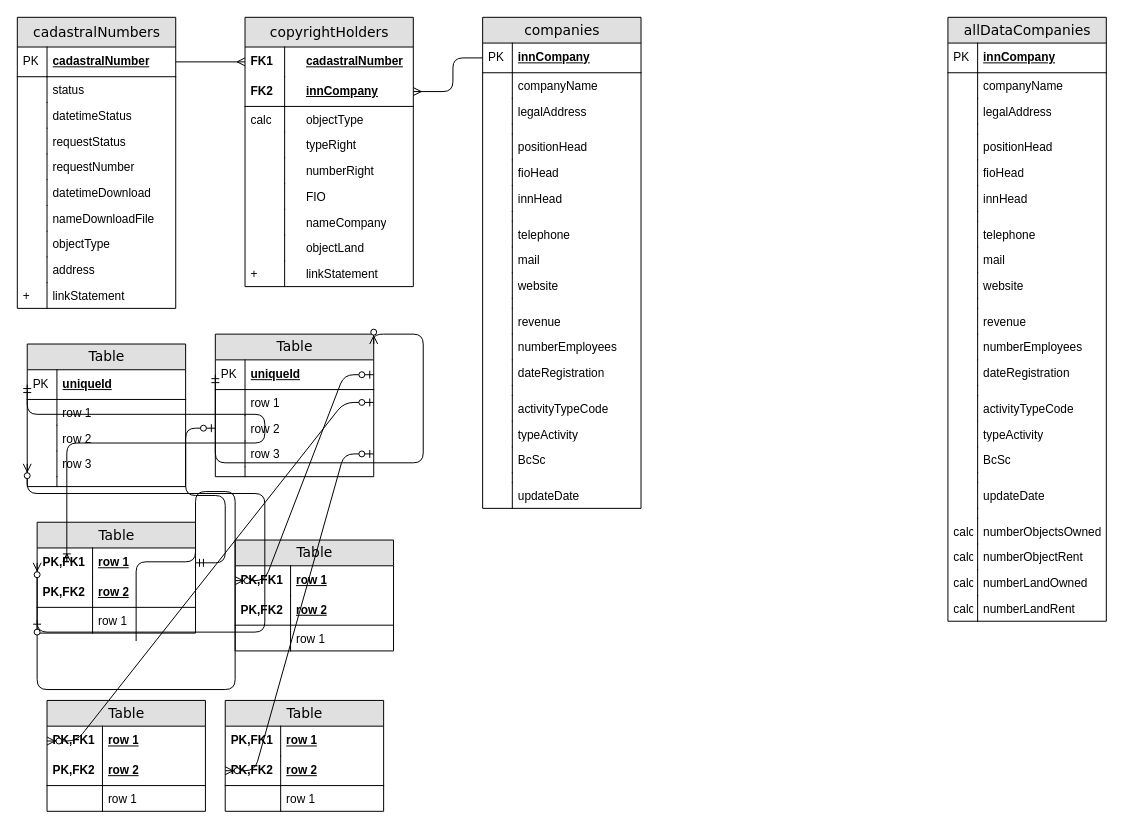
Before: Диаграмма без названия.drawio in meadowse/factorial, a draw.io diagram. Source tidied: cells renumbered, new cells numbered last; positions are measured from the earlier drawing's top-left corner, leaving out a move shared by most shapes. Both pictures are drawn from the tidied source at 99%, with x=0, y=0 at pixel (17, 17).
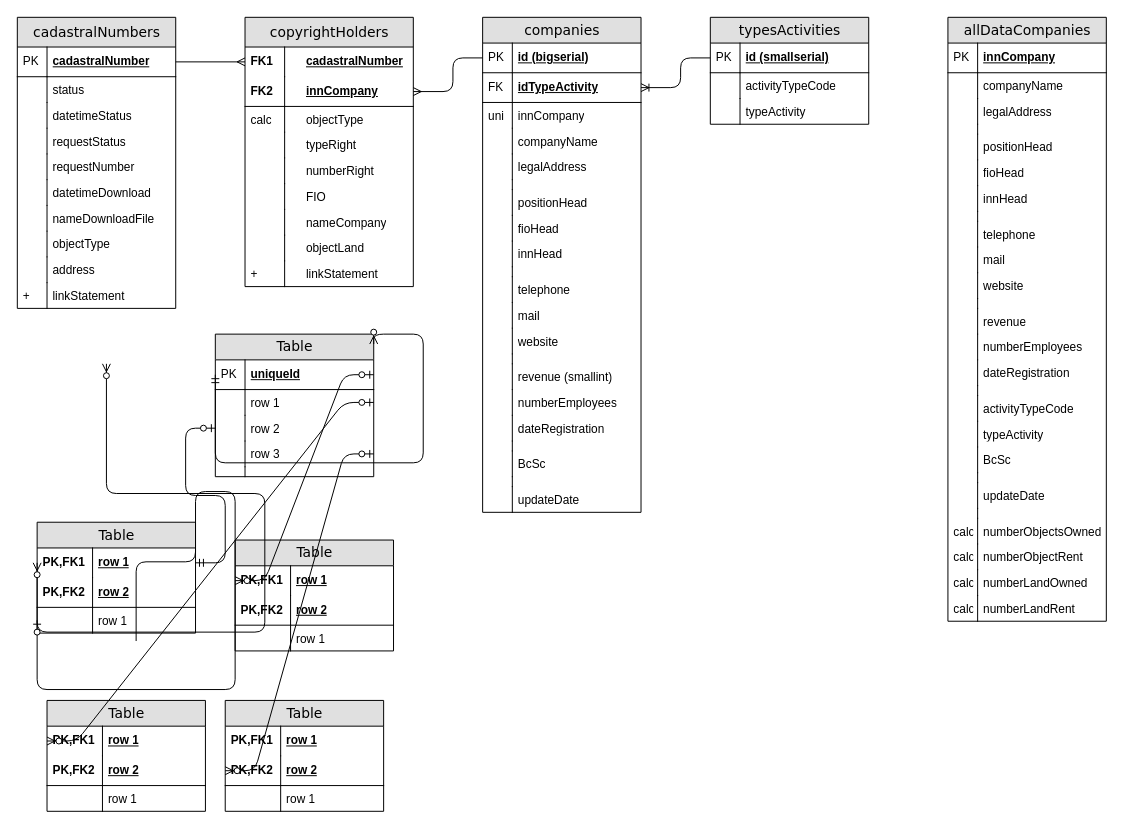
The same diagram, later.

The change refers to these unchanged cells:
```xml
<mxCell id="94" value="row 1" style="shape=partialRectangle;top=0;left=0;right=0;bottom=0;html=1;align=left;verticalAlign=middle;fillColor=none;spacingLeft=60;spacingRight=4;whiteSpace=wrap;overflow=hidden;points=[[0,0.5],[1,0.5]];portConstraint=eastwest;fontStyle=5;" parent="93" vertex="1">
  <mxGeometry y="26" width="160" height="30" as="geometry" />
</mxCell>
```

Diff of the diagram source:
```diff
@@
     <mxCell id="21" value="сompanies" style="swimlane;html=1;fontStyle=0;horizontal=1;startSize=26;fillColor=#e0e0e0;swimlaneFillColor=#ffffff;align=center;rounded=0;shadow=0;comic=0;labelBackgroundColor=none;strokeWidth=1;fontFamily=Verdana;fontSize=14;swimlaneLine=1;" parent="1" vertex="1">
-      <mxGeometry x="470" width="160" height="496" as="geometry" />
+      <mxGeometry x="470" width="160" height="500" as="geometry" />
     </mxCell>
-    <mxCell id="22" value="innCompany" style="shape=partialRectangle;top=0;left=0;right=0;bottom=1;html=1;align=left;verticalAlign=middle;fillColor=none;spacingLeft=34;spacingRight=4;whiteSpace=wrap;overflow=hidden;points=[[0,0.5],[1,0.5]];portConstraint=eastwest;fontStyle=5;" parent="21" vertex="1">
+    <mxCell id="22" value="id (bigserial)" style="shape=partialRectangle;top=0;left=0;right=0;bottom=1;html=1;align=left;verticalAlign=middle;fillColor=none;spacingLeft=34;spacingRight=4;whiteSpace=wrap;overflow=hidden;points=[[0,0.5],[1,0.5]];portConstraint=eastwest;fontStyle=5;" parent="21" vertex="1">
       <mxGeometry y="26" width="160" height="30" as="geometry" />
     </mxCell>
@@
+    <mxCell id="198" value="idTypeActivity" style="shape=partialRectangle;top=0;left=0;right=0;bottom=1;html=1;align=left;verticalAlign=middle;fillColor=none;spacingLeft=34;spacingRight=4;whiteSpace=wrap;overflow=hidden;points=[[0,0.5],[1,0.5]];portConstraint=eastwest;fontStyle=5;" parent="21" vertex="1">
+      <mxGeometry y="56" width="160" height="30" as="geometry" />
+    </mxCell>
+    <mxCell id="199" value="FK" style="shape=partialRectangle;top=0;left=0;bottom=0;html=1;fillColor=none;align=left;verticalAlign=middle;spacingLeft=4;spacingRight=4;whiteSpace=wrap;overflow=hidden;" parent="198" vertex="1">
+      <mxGeometry width="30" height="30" as="geometry" />
+    </mxCell>
+    <mxCell id="200" value="innCompany" style="shape=partialRectangle;top=0;left=0;right=0;bottom=0;html=1;align=left;verticalAlign=top;fillColor=none;spacingLeft=34;spacingRight=4;whiteSpace=wrap;overflow=hidden;fontStyle=0;" parent="21" vertex="1">
+      <mxGeometry y="86" width="160" height="26" as="geometry" />
+    </mxCell>
+    <mxCell id="201" value="uni" style="shape=partialRectangle;top=0;left=0;bottom=0;html=1;fillColor=none;align=left;verticalAlign=top;spacingLeft=4;spacingRight=4;whiteSpace=wrap;overflow=hidden;" parent="200" vertex="1">
+      <mxGeometry width="30" height="26" as="geometry" />
+    </mxCell>
     <mxCell id="24" value="companyName" style="shape=partialRectangle;top=0;left=0;right=0;bottom=0;html=1;align=left;verticalAlign=top;fillColor=none;spacingLeft=34;spacingRight=4;whiteSpace=wrap;overflow=hidden;" parent="21" vertex="1">
-      <mxGeometry y="56" width="160" height="26" as="geometry" />
+      <mxGeometry y="112" width="160" height="26" as="geometry" />
     </mxCell>
@@
     <mxCell id="26" value="legalAddress" style="shape=partialRectangle;top=0;left=0;right=0;bottom=0;html=1;align=left;verticalAlign=top;fillColor=none;spacingLeft=34;spacingRight=4;whiteSpace=wrap;overflow=hidden;" parent="21" vertex="1">
-      <mxGeometry y="82" width="160" height="26" as="geometry" />
+      <mxGeometry y="138" width="160" height="26" as="geometry" />
     </mxCell>
@@
     <mxCell id="28" style="shape=partialRectangle;top=0;left=0;right=0;bottom=0;html=1;align=left;verticalAlign=top;fillColor=none;spacingLeft=34;spacingRight=4;whiteSpace=wrap;overflow=hidden;" parent="21" vertex="1">
-      <mxGeometry y="108" width="160" height="10" as="geometry" />
+      <mxGeometry y="164" width="160" height="10" as="geometry" />
     </mxCell>
@@
     <mxCell id="30" value="positionHead" style="shape=partialRectangle;top=0;left=0;right=0;bottom=0;html=1;align=left;verticalAlign=top;fillColor=none;spacingLeft=34;spacingRight=4;whiteSpace=wrap;overflow=hidden;" parent="21" vertex="1">
-      <mxGeometry y="118" width="160" height="26" as="geometry" />
+      <mxGeometry y="174" width="160" height="26" as="geometry" />
     </mxCell>
@@
     <mxCell id="32" value="fioHead" style="shape=partialRectangle;top=0;left=0;right=0;bottom=0;html=1;align=left;verticalAlign=top;fillColor=none;spacingLeft=34;spacingRight=4;whiteSpace=wrap;overflow=hidden;" parent="21" vertex="1">
-      <mxGeometry y="144" width="160" height="26" as="geometry" />
+      <mxGeometry y="200" width="160" height="26" as="geometry" />
     </mxCell>
@@
     <mxCell id="34" value="innHead" style="shape=partialRectangle;top=0;left=0;right=0;bottom=0;html=1;align=left;verticalAlign=top;fillColor=none;spacingLeft=34;spacingRight=4;whiteSpace=wrap;overflow=hidden;" parent="21" vertex="1">
-      <mxGeometry y="170" width="160" height="26" as="geometry" />
+      <mxGeometry y="226" width="160" height="26" as="geometry" />
     </mxCell>
@@
     <mxCell id="36" style="shape=partialRectangle;top=0;left=0;right=0;bottom=0;html=1;align=left;verticalAlign=top;fillColor=none;spacingLeft=34;spacingRight=4;whiteSpace=wrap;overflow=hidden;" parent="21" vertex="1">
-      <mxGeometry y="196" width="160" height="10" as="geometry" />
+      <mxGeometry y="252" width="160" height="10" as="geometry" />
     </mxCell>
@@
     <mxCell id="38" value="telephone" style="shape=partialRectangle;top=0;left=0;right=0;bottom=0;html=1;align=left;verticalAlign=top;fillColor=none;spacingLeft=34;spacingRight=4;whiteSpace=wrap;overflow=hidden;" parent="21" vertex="1">
-      <mxGeometry y="206" width="160" height="26" as="geometry" />
+      <mxGeometry y="262" width="160" height="26" as="geometry" />
     </mxCell>
@@
     <mxCell id="40" value="&lt;span style=&quot;font-weight: normal;&quot;&gt;mail&lt;/span&gt;" style="shape=partialRectangle;top=0;left=0;right=0;bottom=0;html=1;align=left;verticalAlign=top;fillColor=none;spacingLeft=34;spacingRight=4;whiteSpace=wrap;overflow=hidden;fontStyle=1;" parent="21" vertex="1">
-      <mxGeometry y="232" width="160" height="26" as="geometry" />
+      <mxGeometry y="288" width="160" height="26" as="geometry" />
     </mxCell>
@@
     <mxCell id="42" value="&lt;span style=&quot;&quot;&gt;website&lt;/span&gt;" style="shape=partialRectangle;top=0;left=0;right=0;bottom=0;html=1;align=left;verticalAlign=top;fillColor=none;spacingLeft=34;spacingRight=4;whiteSpace=wrap;overflow=hidden;fontStyle=0;" parent="21" vertex="1">
-      <mxGeometry y="258" width="160" height="26" as="geometry" />
+      <mxGeometry y="314" width="160" height="26" as="geometry" />
     </mxCell>
@@
     <mxCell id="44" style="shape=partialRectangle;top=0;left=0;right=0;bottom=0;html=1;align=left;verticalAlign=top;fillColor=none;spacingLeft=34;spacingRight=4;whiteSpace=wrap;overflow=hidden;" parent="21" vertex="1">
-      <mxGeometry y="284" width="160" height="10" as="geometry" />
+      <mxGeometry y="340" width="160" height="10" as="geometry" />
     </mxCell>
@@
-    <mxCell id="46" value="revenue" style="shape=partialRectangle;top=0;left=0;right=0;bottom=0;html=1;align=left;verticalAlign=top;fillColor=none;spacingLeft=34;spacingRight=4;whiteSpace=wrap;overflow=hidden;fontStyle=0;" parent="21" vertex="1">
-      <mxGeometry y="294" width="160" height="26" as="geometry" />
+    <mxCell id="46" value="revenue (smallint)" style="shape=partialRectangle;top=0;left=0;right=0;bottom=0;html=1;align=left;verticalAlign=top;fillColor=none;spacingLeft=34;spacingRight=4;whiteSpace=wrap;overflow=hidden;fontStyle=0;" parent="21" vertex="1">
+      <mxGeometry y="350" width="160" height="26" as="geometry" />
     </mxCell>
@@
     <mxCell id="48" value="numberEmployees" style="shape=partialRectangle;top=0;left=0;right=0;bottom=0;html=1;align=left;verticalAlign=top;fillColor=none;spacingLeft=34;spacingRight=4;whiteSpace=wrap;overflow=hidden;fontStyle=0;" parent="21" vertex="1">
-      <mxGeometry y="320" width="160" height="26" as="geometry" />
+      <mxGeometry y="376" width="160" height="26" as="geometry" />
     </mxCell>
@@
     <mxCell id="50" value="dateRegistration" style="shape=partialRectangle;top=0;left=0;right=0;bottom=0;html=1;align=left;verticalAlign=top;fillColor=none;spacingLeft=34;spacingRight=4;whiteSpace=wrap;overflow=hidden;fontStyle=0;" parent="21" vertex="1">
-      <mxGeometry y="346" width="160" height="26" as="geometry" />
+      <mxGeometry y="402" width="160" height="26" as="geometry" />
     </mxCell>
@@
     <mxCell id="52" style="shape=partialRectangle;top=0;left=0;right=0;bottom=0;html=1;align=left;verticalAlign=top;fillColor=none;spacingLeft=34;spacingRight=4;whiteSpace=wrap;overflow=hidden;" parent="21" vertex="1">
-      <mxGeometry y="372" width="160" height="10" as="geometry" />
+      <mxGeometry y="428" width="160" height="10" as="geometry" />
     </mxCell>
@@
-    <mxCell id="54" value="activityTypeCode" style="shape=partialRectangle;top=0;left=0;right=0;bottom=0;html=1;align=left;verticalAlign=top;fillColor=none;spacingLeft=34;spacingRight=4;whiteSpace=wrap;overflow=hidden;fontStyle=0;" parent="21" vertex="1">
-      <mxGeometry y="382" width="160" height="26" as="geometry" />
-    </mxCell>
-    <mxCell id="55" style="shape=partialRectangle;top=0;left=0;bottom=0;html=1;fillColor=none;align=left;verticalAlign=top;spacingLeft=4;spacingRight=4;whiteSpace=wrap;overflow=hidden;" parent="54" vertex="1">
-      <mxGeometry width="30" height="26" as="geometry" />
-    </mxCell>
-    <mxCell id="56" value="typeActivity" style="shape=partialRectangle;top=0;left=0;right=0;bottom=0;html=1;align=left;verticalAlign=top;fillColor=none;spacingLeft=34;spacingRight=4;whiteSpace=wrap;overflow=hidden;fontStyle=0;" parent="21" vertex="1">
-      <mxGeometry y="408" width="160" height="26" as="geometry" />
-    </mxCell>
-    <mxCell id="57" style="shape=partialRectangle;top=0;left=0;bottom=0;html=1;fillColor=none;align=left;verticalAlign=top;spacingLeft=4;spacingRight=4;whiteSpace=wrap;overflow=hidden;" parent="56" vertex="1">
-      <mxGeometry width="30" height="26" as="geometry" />
-    </mxCell>
     <mxCell id="58" value="BcSc" style="shape=partialRectangle;top=0;left=0;right=0;bottom=0;html=1;align=left;verticalAlign=top;fillColor=none;spacingLeft=34;spacingRight=4;whiteSpace=wrap;overflow=hidden;fontStyle=0;" parent="21" vertex="1">
-      <mxGeometry y="434" width="160" height="26" as="geometry" />
+      <mxGeometry y="438" width="160" height="26" as="geometry" />
     </mxCell>
@@
     <mxCell id="60" style="shape=partialRectangle;top=0;left=0;right=0;bottom=0;html=1;align=left;verticalAlign=top;fillColor=none;spacingLeft=34;spacingRight=4;whiteSpace=wrap;overflow=hidden;" parent="21" vertex="1">
-      <mxGeometry y="460" width="160" height="10" as="geometry" />
+      <mxGeometry y="464" width="160" height="10" as="geometry" />
     </mxCell>
@@
     <mxCell id="62" value="updateDate" style="shape=partialRectangle;top=0;left=0;right=0;bottom=0;html=1;align=left;verticalAlign=top;fillColor=none;spacingLeft=34;spacingRight=4;whiteSpace=wrap;overflow=hidden;fontStyle=0;" parent="21" vertex="1">
-      <mxGeometry y="470" width="160" height="26" as="geometry" />
+      <mxGeometry y="474" width="160" height="26" as="geometry" />
     </mxCell>
@@
-    <mxCell id="64" value="Table" style="swimlane;html=1;fontStyle=0;horizontal=1;startSize=26;fillColor=#e0e0e0;swimlaneFillColor=#ffffff;align=center;rounded=0;shadow=0;comic=0;labelBackgroundColor=none;strokeWidth=1;fontFamily=Verdana;fontSize=14;" parent="1" vertex="1">
-      <mxGeometry x="10" y="330" width="160" height="144" as="geometry" />
+    <mxCell id="64" value="typesActivities" style="swimlane;html=1;fontStyle=0;horizontal=1;startSize=26;fillColor=#e0e0e0;swimlaneFillColor=#ffffff;align=center;rounded=0;shadow=0;comic=0;labelBackgroundColor=none;strokeWidth=1;fontFamily=Verdana;fontSize=14;" parent="1" vertex="1">
+      <mxGeometry x="700" width="160" height="108" as="geometry" />
     </mxCell>
-    <mxCell id="65" value="uniqueId" style="shape=partialRectangle;top=0;left=0;right=0;bottom=1;html=1;align=left;verticalAlign=middle;fillColor=none;spacingLeft=34;spacingRight=4;whiteSpace=wrap;overflow=hidden;points=[[0,0.5],[1,0.5]];portConstraint=eastwest;fontStyle=5;" parent="64" vertex="1">
+    <mxCell id="65" value="id (smallserial)" style="shape=partialRectangle;top=0;left=0;right=0;bottom=1;html=1;align=left;verticalAlign=middle;fillColor=none;spacingLeft=34;spacingRight=4;whiteSpace=wrap;overflow=hidden;points=[[0,0.5],[1,0.5]];portConstraint=eastwest;fontStyle=5;" parent="64" vertex="1">
       <mxGeometry y="26" width="160" height="30" as="geometry" />
     </mxCell>
@@
-    <mxCell id="67" value="row 1" style="shape=partialRectangle;top=0;left=0;right=0;bottom=0;html=1;align=left;verticalAlign=top;fillColor=none;spacingLeft=34;spacingRight=4;whiteSpace=wrap;overflow=hidden;" parent="64" vertex="1">
+    <mxCell id="67" value="activityTypeCode" style="shape=partialRectangle;top=0;left=0;right=0;bottom=0;html=1;align=left;verticalAlign=top;fillColor=none;spacingLeft=34;spacingRight=4;whiteSpace=wrap;overflow=hidden;" parent="64" vertex="1">
       <mxGeometry y="56" width="160" height="26" as="geometry" />
     </mxCell>
@@
-    <mxCell id="69" value="row 2" style="shape=partialRectangle;top=0;left=0;right=0;bottom=0;html=1;align=left;verticalAlign=top;fillColor=none;spacingLeft=34;spacingRight=4;whiteSpace=wrap;overflow=hidden;" parent="64" vertex="1">
-      <mxGeometry y="82" width="160" height="26" as="geometry" />
-    </mxCell>
-    <mxCell id="70" style="shape=partialRectangle;top=0;left=0;bottom=0;html=1;fillColor=none;align=left;verticalAlign=top;spacingLeft=4;spacingRight=4;whiteSpace=wrap;overflow=hidden;" parent="69" vertex="1">
-      <mxGeometry width="30" height="26" as="geometry" />
-    </mxCell>
-    <mxCell id="71" value="row 3" style="shape=partialRectangle;top=0;left=0;right=0;bottom=0;html=1;align=left;verticalAlign=top;fillColor=none;spacingLeft=34;spacingRight=4;whiteSpace=wrap;overflow=hidden;points=[[0,0.5],[1,0.5]];portConstraint=eastwest;" parent="64" vertex="1">
-      <mxGeometry y="108" width="160" height="26" as="geometry" />
-    </mxCell>
-    <mxCell id="72" style="shape=partialRectangle;top=0;left=0;bottom=0;html=1;fillColor=none;align=left;verticalAlign=top;spacingLeft=4;spacingRight=4;whiteSpace=wrap;overflow=hidden;" parent="71" vertex="1">
-      <mxGeometry width="30" height="26" as="geometry" />
-    </mxCell>
-    <mxCell id="73" style="shape=partialRectangle;top=0;left=0;right=0;bottom=0;html=1;align=left;verticalAlign=top;fillColor=none;spacingLeft=34;spacingRight=4;whiteSpace=wrap;overflow=hidden;" parent="64" vertex="1">
-      <mxGeometry y="134" width="160" height="10" as="geometry" />
-    </mxCell>
-    <mxCell id="74" style="shape=partialRectangle;top=0;left=0;bottom=0;html=1;fillColor=none;align=left;verticalAlign=top;spacingLeft=4;spacingRight=4;whiteSpace=wrap;overflow=hidden;" parent="73" vertex="1">
-      <mxGeometry width="30" height="10" as="geometry" />
-    </mxCell>
+    <mxCell id="56" value="typeActivity" style="shape=partialRectangle;top=0;left=0;right=0;bottom=0;html=1;align=left;verticalAlign=top;fillColor=none;spacingLeft=34;spacingRight=4;whiteSpace=wrap;overflow=hidden;" parent="64" vertex="1">
+      <mxGeometry y="82" width="160" height="26" as="geometry" />
+    </mxCell>
+    <mxCell id="202" style="shape=partialRectangle;top=0;left=0;bottom=0;html=1;fillColor=none;align=left;verticalAlign=top;spacingLeft=4;spacingRight=4;whiteSpace=wrap;overflow=hidden;" parent="56" vertex="1">
+      <mxGeometry width="30" height="26" as="geometry" />
+    </mxCell>
@@
-    <mxCell id="100" style="edgeStyle=orthogonalEdgeStyle;html=1;endArrow=ERoneToMany;startArrow=ERmandOne;labelBackgroundColor=none;fontFamily=Verdana;fontSize=14;exitX=0;exitY=0.5;" parent="1" edge="1" source="65">
+    <mxCell id="100" style="edgeStyle=orthogonalEdgeStyle;html=1;endArrow=ERoneToMany;startArrow=none;labelBackgroundColor=none;fontFamily=Verdana;fontSize=14;exitX=0;exitY=0.5;endFill=0;startFill=0;entryX=1;entryY=0.5;entryDx=0;entryDy=0;" parent="1" edge="1" source="65" target="198">
       <mxGeometry relative="1" as="geometry">
-        <mxPoint x="50" y="550" as="targetPoint" />
         <Array as="points">
-          <mxPoint x="250" y="401" />
-          <mxPoint x="250" y="430" />
-          <mxPoint x="50" y="430" />
+          <mxPoint x="670" y="41" />
+          <mxPoint x="670" y="71" />
         </Array>
       </mxGeometry>
     </mxCell>
-    <mxCell id="101" style="edgeStyle=orthogonalEdgeStyle;html=1;endArrow=ERzeroToMany;endFill=1;startArrow=ERzeroToMany;labelBackgroundColor=none;fontFamily=Verdana;fontSize=14;entryX=0;entryY=0.5;exitX=0;exitY=0.5;" parent="1" edge="1" source="94" target="71">
+    <mxCell id="101" style="edgeStyle=orthogonalEdgeStyle;html=1;endArrow=ERzeroToMany;endFill=1;startArrow=ERzeroToMany;labelBackgroundColor=none;fontFamily=Verdana;fontSize=14;exitX=0;exitY=0.5;" parent="1" edge="1" source="94">
       <mxGeometry relative="1" as="geometry">
+        <mxPoint x="90" y="350" as="targetPoint" />
         <Array as="points">
           <mxPoint x="250" y="621" />
           <mxPoint x="250" y="481" />
         </Array>
       </mxGeometry>
     </mxCell>
```
